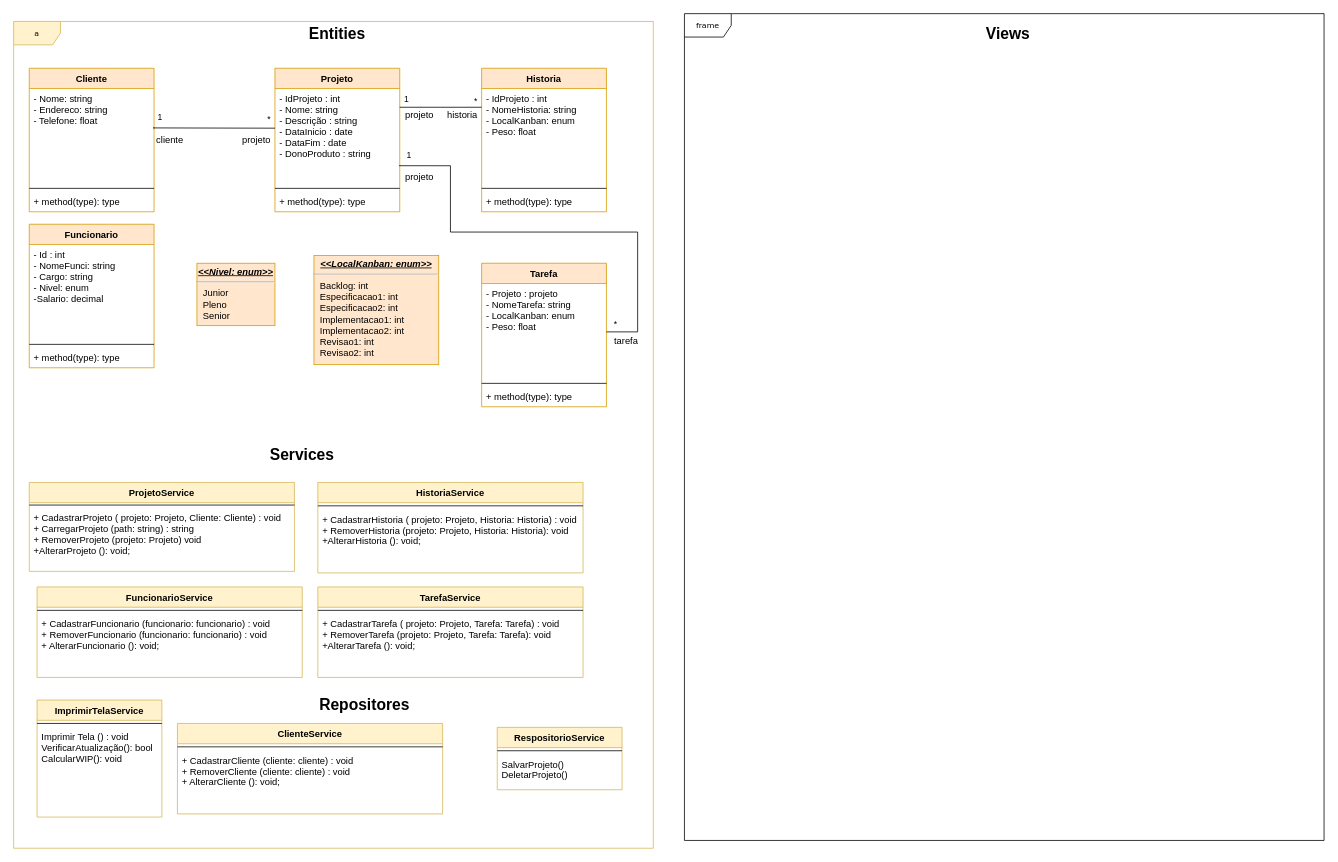
Earlier version of the draw.io diagram ProjetoSoftwareKanban.drawio (alucardand2017/KanbanProject). Source tidied: cells renumbered, new cells numbered last; positions are measured from the earlier drawing's top-left corner, leaving out a move shared by most shapes. Both pictures are drawn from the tidied source at 78%, with x=0, y=0 at pixel (13, 13).
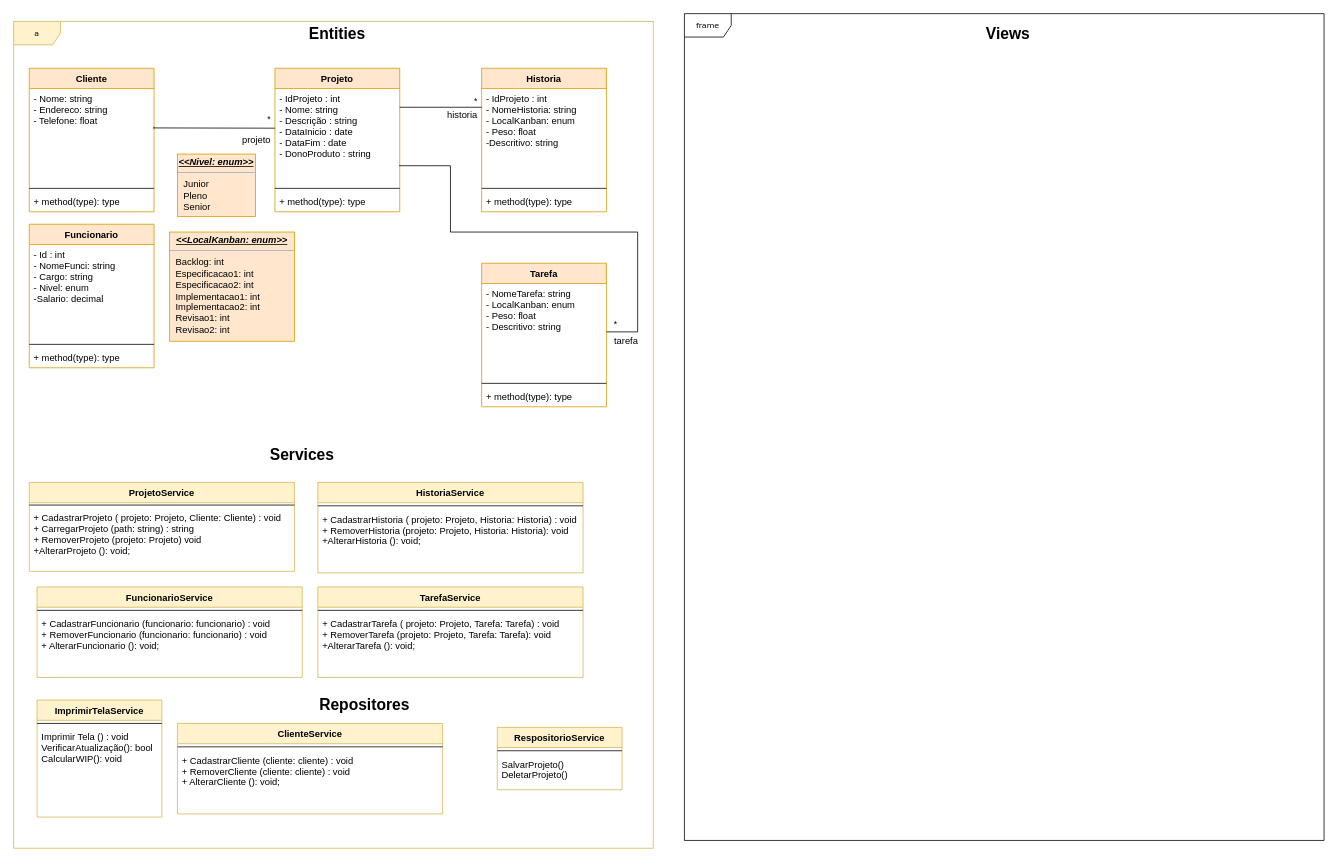
Above is the later version.

Commit message:
acrescentado diagrama de classes

Unchanged cells that the change refers to:
```xml
<mxCell id="12" value="Historia" style="swimlane;fontStyle=1;align=center;verticalAlign=top;horizontal=1;startSize=26;fillColor=#ffe6cc;strokeColor=#d79b00;" parent="1" vertex="1">
  <mxGeometry x="600" y="70" width="160" height="184" as="geometry" />
</mxCell>
<mxCell id="16" value="Tarefa" style="swimlane;fontStyle=1;align=center;verticalAlign=top;horizontal=1;startSize=26;fillColor=#ffe6cc;strokeColor=#d79b00;" parent="1" vertex="1">
  <mxGeometry x="600" y="320" width="160" height="184" as="geometry" />
</mxCell>
<mxCell id="48" style="endArrow=none;html=1;edgeStyle=orthogonalEdgeStyle;rounded=0;entryX=0;entryY=0.41;entryDx=0;entryDy=0;entryPerimeter=0;exitX=1.002;exitY=0.407;exitDx=0;exitDy=0;exitPerimeter=0;" parent="1" edge="1" source="9" target="5">
  <mxGeometry relative="1" as="geometry">
    <Array as="points">
      <mxPoint x="179" y="147" />
    </Array>
  </mxGeometry>
</mxCell>
<mxCell id="53" style="endArrow=none;html=1;edgeStyle=orthogonalEdgeStyle;rounded=0;" parent="1" edge="1">
  <mxGeometry relative="1" as="geometry">
    <mxPoint x="495" y="120" as="sourcePoint" />
    <mxPoint x="600" y="120" as="targetPoint" />
    <Array as="points">
      <mxPoint x="495" y="120" />
      <mxPoint x="600" y="120" />
    </Array>
  </mxGeometry>
</mxCell>
<mxCell id="58" style="endArrow=none;html=1;edgeStyle=orthogonalEdgeStyle;rounded=0;entryX=1;entryY=0.5;entryDx=0;entryDy=0;exitX=0.995;exitY=0.798;exitDx=0;exitDy=0;exitPerimeter=0;" parent="1" edge="1" source="5" target="17">
  <mxGeometry relative="1" as="geometry">
    <Array as="points">
      <mxPoint x="560" y="195" />
      <mxPoint x="560" y="280" />
      <mxPoint x="800" y="280" />
      <mxPoint x="800" y="408" />
    </Array>
  </mxGeometry>
</mxCell>
```

Diff of the diagram source:
```diff
@@
-    <mxCell id="13" value="- IdProjeto : int&#10;- NomeHistoria: string&#10;- LocalKanban: enum&#10;- Peso: float&#10;" style="text;strokeColor=none;fillColor=none;align=left;verticalAlign=top;spacingLeft=4;spacingRight=4;overflow=hidden;" parent="12" vertex="1">
+    <mxCell id="13" value="- IdProjeto : int&#10;- NomeHistoria: string&#10;- LocalKanban: enum&#10;- Peso: float&#10;-Descritivo: string" style="text;strokeColor=none;fillColor=none;align=left;verticalAlign=top;spacingLeft=4;spacingRight=4;overflow=hidden;" parent="12" vertex="1">
       <mxGeometry y="26" width="160" height="124" as="geometry" />
     </mxCell>
@@
-    <mxCell id="17" value="- Projeto : projeto&#10;- NomeTarefa: string&#10;- LocalKanban: enum&#10;- Peso: float&#10;" style="text;strokeColor=none;fillColor=none;align=left;verticalAlign=top;spacingLeft=4;spacingRight=4;overflow=hidden;points=[[0,0.5],[1,0.5]];portConstraint=eastwest;" parent="16" vertex="1">
+    <mxCell id="17" value="- NomeTarefa: string&#10;- LocalKanban: enum&#10;- Peso: float&#10;- Descritivo: string&#10;" style="text;strokeColor=none;fillColor=none;align=left;verticalAlign=top;spacingLeft=4;spacingRight=4;overflow=hidden;points=[[0,0.5],[1,0.5]];portConstraint=eastwest;" parent="16" vertex="1">
       <mxGeometry y="26" width="160" height="124" as="geometry" />
     </mxCell>
@@
     <mxCell id="24" value="&lt;p style=&quot;margin: 0px ; margin-top: 4px ; text-align: center ; text-decoration: underline&quot;&gt;&lt;b&gt;&lt;i&gt;&amp;lt;&amp;lt;LocalKanban: enum&amp;gt;&amp;gt;&lt;/i&gt;&lt;/b&gt;&lt;/p&gt;&lt;hr&gt;&lt;p style=&quot;margin: 0px ; margin-left: 8px&quot;&gt;Backlog: int&lt;/p&gt;&lt;p style=&quot;margin: 0px ; margin-left: 8px&quot;&gt;Especificacao1: int&lt;/p&gt;&lt;p style=&quot;margin: 0px ; margin-left: 8px&quot;&gt;Especificacao2: int&lt;/p&gt;&lt;p style=&quot;margin: 0px ; margin-left: 8px&quot;&gt;Implementacao1: int&lt;/p&gt;&lt;p style=&quot;margin: 0px ; margin-left: 8px&quot;&gt;Implementacao2: int&lt;/p&gt;&lt;p style=&quot;margin: 0px ; margin-left: 8px&quot;&gt;Revisao1: int&lt;/p&gt;&lt;p style=&quot;margin: 0px ; margin-left: 8px&quot;&gt;Revisao2: int&lt;/p&gt;" style="verticalAlign=top;align=left;overflow=fill;fontSize=12;fontFamily=Helvetica;html=1;fillColor=#ffe6cc;strokeColor=#d79b00;" parent="1" vertex="1">
-      <mxGeometry x="385" y="310" width="160" height="140" as="geometry" />
+      <mxGeometry x="200" y="280" width="160" height="140" as="geometry" />
     </mxCell>
     <mxCell id="25" value="&lt;p style=&quot;margin: 0px ; margin-top: 4px ; text-align: center ; text-decoration: underline&quot;&gt;&lt;b&gt;&lt;i&gt;&amp;lt;&amp;lt;Nivel: enum&amp;gt;&amp;gt;&lt;/i&gt;&lt;/b&gt;&lt;/p&gt;&lt;hr&gt;&lt;p style=&quot;margin: 0px ; margin-left: 8px&quot;&gt;Junior&lt;/p&gt;&lt;p style=&quot;margin: 0px ; margin-left: 8px&quot;&gt;&lt;span&gt;Pleno&lt;/span&gt;&lt;br&gt;&lt;/p&gt;&lt;p style=&quot;margin: 0px ; margin-left: 8px&quot;&gt;&lt;span&gt;Senior&lt;/span&gt;&lt;br&gt;&lt;/p&gt;&lt;p style=&quot;margin: 0px ; margin-left: 8px&quot;&gt;&lt;br&gt;&lt;/p&gt;" style="verticalAlign=top;align=left;overflow=fill;fontSize=12;fontFamily=Helvetica;html=1;fillColor=#ffe6cc;strokeColor=#d79b00;" parent="1" vertex="1">
-      <mxGeometry x="235" y="320" width="100" height="80" as="geometry" />
+      <mxGeometry x="210" y="180" width="100" height="80" as="geometry" />
     </mxCell>
@@
-    <mxCell id="49" value="1" style="edgeLabel;html=1;align=left;verticalAlign=bottom;" parent="48" vertex="1">
-      <mxGeometry x="-1" relative="1" as="geometry">
-        <mxPoint x="3" y="-5" as="offset" />
-      </mxGeometry>
-    </mxCell>
@@
-    <mxCell id="51" value="cliente" style="text;html=1;align=center;verticalAlign=middle;fillColor=none;strokeColor=none;rounded=0;" parent="1" vertex="1">
-      <mxGeometry x="175" y="152" width="50" height="20" as="geometry" />
-    </mxCell>
@@
-    <mxCell id="54" value="1" style="edgeLabel;html=1;align=left;verticalAlign=bottom;" parent="53" vertex="1">
-      <mxGeometry x="-1" relative="1" as="geometry">
-        <mxPoint x="4" y="-2" as="offset" />
-      </mxGeometry>
-    </mxCell>
@@
-    <mxCell id="56" value="projeto" style="text;html=1;align=center;verticalAlign=middle;fillColor=none;strokeColor=none;rounded=0;" parent="1" vertex="1">
-      <mxGeometry x="495" y="120" width="50" height="20" as="geometry" />
-    </mxCell>
@@
-    <mxCell id="59" value="1" style="edgeLabel;html=1;align=left;verticalAlign=bottom;" parent="58" vertex="1">
-      <mxGeometry x="-1" relative="1" as="geometry">
-        <mxPoint x="8" y="-5" as="offset" />
-      </mxGeometry>
-    </mxCell>
@@
-    <mxCell id="61" value="projeto" style="text;html=1;align=center;verticalAlign=middle;fillColor=none;strokeColor=none;rounded=0;" parent="1" vertex="1">
-      <mxGeometry x="495" y="200" width="50" height="20" as="geometry" />
-    </mxCell>
```
